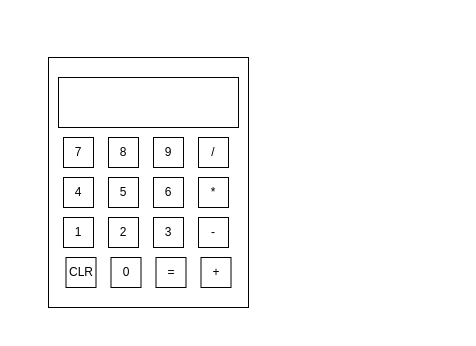
Earlier version of the draw.io diagram calculator.drawio (MAL-12DGT-2025/tkinter-projects-oa22010). Source tidied: cells renumbered, new cells numbered last; positions are measured from the earlier drawing's top-left corner, leaving out a move shared by most shapes. Both pictures are drawn from the tidied source at 100%, with x=0, y=0 at pixel (48, 57).
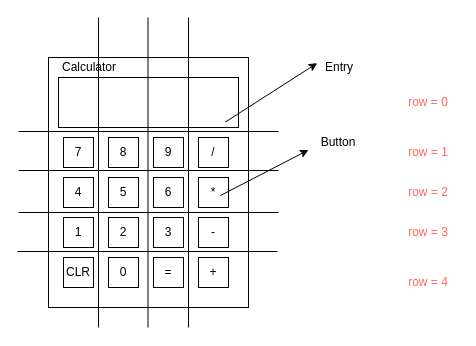
The same diagram, later.

Commit message:
Finished calculator planning

The change refers to these unchanged cells:
```xml
<mxCell id="3" style="rounded=0;whiteSpace=wrap;html=1;" parent="1" vertex="1">
  <mxGeometry x="10" y="20" width="180" height="50" as="geometry" />
</mxCell>
<mxCell id="11" value="*" style="whiteSpace=wrap;html=1;" parent="1" vertex="1">
  <mxGeometry x="150" y="120" width="30" height="30" as="geometry" />
</mxCell>
```

Change to the diagram source:
```diff
@@
     <mxCell id="16" value="CLR" style="whiteSpace=wrap;html=1;" parent="1" vertex="1">
-      <mxGeometry x="17.5" y="200" width="30" height="30" as="geometry" />
+      <mxGeometry x="15" y="200" width="30" height="30" as="geometry" />
     </mxCell>
     <mxCell id="17" value="0" style="whiteSpace=wrap;html=1;" parent="1" vertex="1">
-      <mxGeometry x="62.5" y="200" width="30" height="30" as="geometry" />
+      <mxGeometry x="60" y="200" width="30" height="30" as="geometry" />
     </mxCell>
+    <mxCell id="19" value="+" style="whiteSpace=wrap;html=1;" parent="1" vertex="1">
+      <mxGeometry x="150" y="200" width="30" height="30" as="geometry" />
+    </mxCell>
+    <mxCell id="20" value="Calculator" style="text;html=1;align=center;verticalAlign=middle;whiteSpace=wrap;rounded=0;" parent="1" vertex="1">
+      <mxGeometry x="10" y="-5" width="62" height="30" as="geometry" />
+    </mxCell>
+    <mxCell id="21" style="endArrow=classic;html=1;exitX=0.926;exitY=0.893;exitDx=0;exitDy=0;exitPerimeter=0;entryX=0.14;entryY=0.356;entryDx=0;entryDy=0;entryPerimeter=0;" parent="1" edge="1" source="3" target="22">
+      <mxGeometry relative="1" as="geometry" />
+    </mxCell>
+    <mxCell id="22" value="Entry" style="text;html=1;align=center;verticalAlign=middle;whiteSpace=wrap;rounded=0;" parent="1" vertex="1">
+      <mxGeometry x="260" y="-5" width="62" height="30" as="geometry" />
+    </mxCell>
+    <mxCell id="23" style="endArrow=none;html=1;" parent="1" edge="1">
+      <mxGeometry relative="1" as="geometry">
+        <mxPoint x="50" y="270" as="sourcePoint" />
+        <mxPoint x="50" y="-40" as="targetPoint" />
+      </mxGeometry>
+    </mxCell>
+    <mxCell id="24" style="endArrow=none;html=1;" parent="1" edge="1">
+      <mxGeometry relative="1" as="geometry">
+        <mxPoint x="99.5" y="270" as="sourcePoint" />
+        <mxPoint x="99.5" y="-40" as="targetPoint" />
+      </mxGeometry>
+    </mxCell>
+    <mxCell id="25" style="endArrow=none;html=1;" parent="1" edge="1">
+      <mxGeometry relative="1" as="geometry">
+        <mxPoint x="140" y="270" as="sourcePoint" />
+        <mxPoint x="140" y="-40" as="targetPoint" />
+      </mxGeometry>
+    </mxCell>
+    <mxCell id="26" style="endArrow=none;html=1;" parent="1" edge="1">
+      <mxGeometry relative="1" as="geometry">
+        <mxPoint x="230" y="74" as="sourcePoint" />
+        <mxPoint x="-30" y="74" as="targetPoint" />
+      </mxGeometry>
+    </mxCell>
+    <mxCell id="27" style="endArrow=none;html=1;" parent="1" edge="1">
+      <mxGeometry relative="1" as="geometry">
+        <mxPoint x="230" y="113" as="sourcePoint" />
+        <mxPoint x="-30" y="113" as="targetPoint" />
+      </mxGeometry>
+    </mxCell>
+    <mxCell id="28" style="endArrow=none;html=1;" parent="1" edge="1">
+      <mxGeometry relative="1" as="geometry">
+        <mxPoint x="230" y="155" as="sourcePoint" />
+        <mxPoint x="-30" y="155" as="targetPoint" />
+      </mxGeometry>
+    </mxCell>
+    <mxCell id="29" style="endArrow=none;html=1;" parent="1" edge="1">
+      <mxGeometry relative="1" as="geometry">
+        <mxPoint x="229" y="194" as="sourcePoint" />
+        <mxPoint x="-31" y="194" as="targetPoint" />
+      </mxGeometry>
+    </mxCell>
+    <mxCell id="30" style="endArrow=classic;html=1;exitX=0.733;exitY=0.6;exitDx=0;exitDy=0;exitPerimeter=0;entryX=0;entryY=0.75;entryDx=0;entryDy=0;" parent="1" edge="1" source="11" target="31">
+      <mxGeometry relative="1" as="geometry" />
+    </mxCell>
+    <mxCell id="31" value="Button" style="text;html=1;align=center;verticalAlign=middle;whiteSpace=wrap;rounded=0;" parent="1" vertex="1">
+      <mxGeometry x="260" y="70" width="60" height="30" as="geometry" />
+    </mxCell>
+    <mxCell id="32" value="row = 0" style="text;html=1;align=center;verticalAlign=middle;whiteSpace=wrap;rounded=0;fontColor=#FF6666;" parent="1" vertex="1">
+      <mxGeometry x="350" y="30" width="60" height="30" as="geometry" />
+    </mxCell>
+    <mxCell id="33" value="row = 1" style="text;html=1;align=center;verticalAlign=middle;whiteSpace=wrap;rounded=0;fontColor=#FF6666;" parent="1" vertex="1">
+      <mxGeometry x="350" y="80" width="60" height="30" as="geometry" />
+    </mxCell>
+    <mxCell id="34" value="row = 2" style="text;html=1;align=center;verticalAlign=middle;whiteSpace=wrap;rounded=0;fontColor=#FF6666;" parent="1" vertex="1">
+      <mxGeometry x="350" y="120" width="60" height="30" as="geometry" />
+    </mxCell>
+    <mxCell id="35" value="row = 3" style="text;html=1;align=center;verticalAlign=middle;whiteSpace=wrap;rounded=0;fontColor=#FF6666;" parent="1" vertex="1">
+      <mxGeometry x="350" y="160" width="60" height="30" as="geometry" />
+    </mxCell>
+    <mxCell id="36" value="row = 4" style="text;html=1;align=center;verticalAlign=middle;whiteSpace=wrap;rounded=0;fontColor=#FF6666;" parent="1" vertex="1">
+      <mxGeometry x="350" y="210" width="60" height="30" as="geometry" />
+    </mxCell>
     <mxCell id="18" value="=" style="whiteSpace=wrap;html=1;" parent="1" vertex="1">
-      <mxGeometry x="107.5" y="200" width="30" height="30" as="geometry" />
+      <mxGeometry x="105" y="200" width="30" height="30" as="geometry" />
     </mxCell>
-    <mxCell id="19" value="+" style="whiteSpace=wrap;html=1;" parent="1" vertex="1">
-      <mxGeometry x="152.5" y="200" width="30" height="30" as="geometry" />
-    </mxCell>
```
